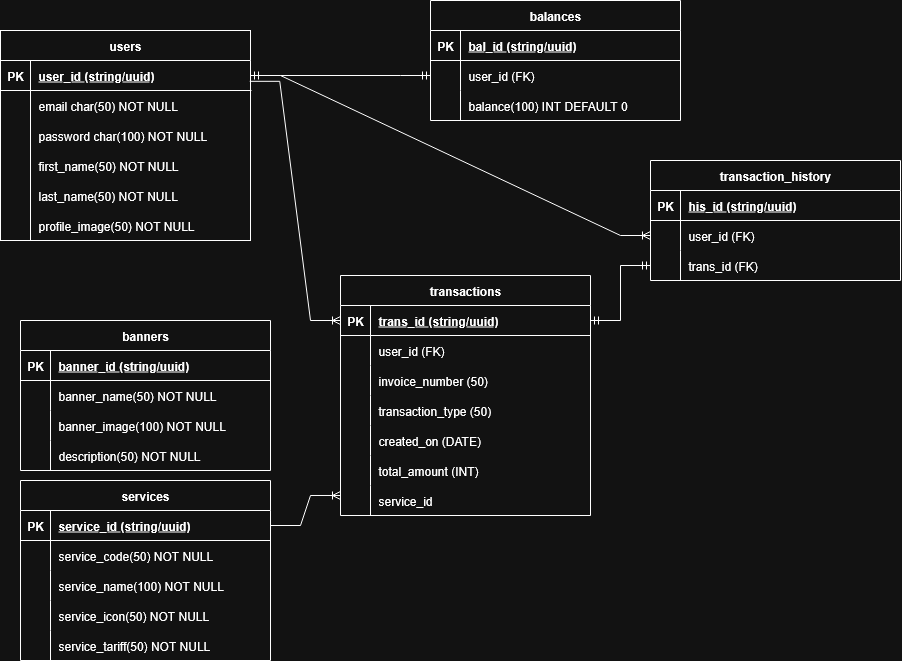
Before: database/ERD.png, a diagram exported from draw.io (zakyabdurrahman/nutech-test). Source tidied: cells renumbered, new cells last; positions are measured from the earlier drawing's top-left corner, leaving out a move shared by most shapes.
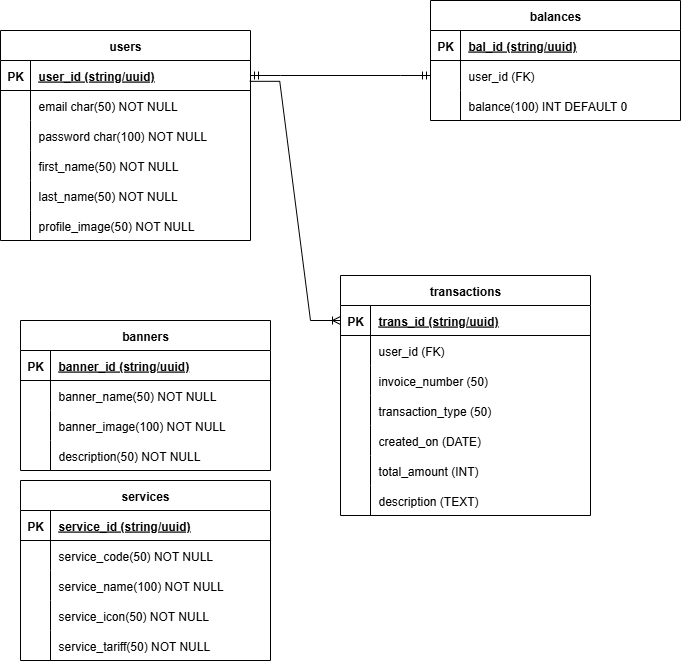
Above is the later version.

Commit message:
finished transaction endpoint

Change to the diagram source:
```diff
@@ -242,50 +242,11 @@
     <mxCell id="81" style="shape=partialRectangle;overflow=hidden;fillColor=none;top=0;left=0;bottom=0;right=0;" parent="80" vertex="1">
       <mxGeometry width="30" height="30" as="geometry" />
     </mxCell>
-    <mxCell id="82" value="service_id" style="shape=partialRectangle;overflow=hidden;fillColor=none;top=0;left=0;bottom=0;right=0;align=left;spacingLeft=6;" parent="80" vertex="1">
+    <mxCell id="82" value="description (TEXT)" style="shape=partialRectangle;overflow=hidden;fillColor=none;top=0;left=0;bottom=0;right=0;align=left;spacingLeft=6;" parent="80" vertex="1">
       <mxGeometry x="30" width="220" height="30" as="geometry" />
     </mxCell>
     <mxCell id="83" style="edgeStyle=entityRelationEdgeStyle;fontSize=12;html=1;endArrow=ERoneToMany;rounded=0;exitX=0.997;exitY=0.694;exitDx=0;exitDy=0;exitPerimeter=0;" parent="1" edge="1" source="3" target="62">
       <mxGeometry relative="1" as="geometry" />
     </mxCell>
-    <mxCell id="84" style="edgeStyle=entityRelationEdgeStyle;fontSize=12;html=1;endArrow=ERoneToMany;rounded=0;entryX=0;entryY=0.333;entryDx=0;entryDy=0;entryPerimeter=0;" parent="1" edge="1" source="35" target="80">
-      <mxGeometry relative="1" as="geometry" />
-    </mxCell>
-    <mxCell id="85" value="transaction_history" style="shape=table;startSize=30;rowLines=0;fontStyle=1;align=center;" parent="1" vertex="1">
-      <mxGeometry x="650" y="160" width="250" height="120" as="geometry" />
-    </mxCell>
-    <mxCell id="86" style="shape=partialRectangle;fillColor=none;top=0;left=0;right=0;bottom=1;" parent="85" vertex="1">
-      <mxGeometry y="30" width="250" height="30" as="geometry" />
-    </mxCell>
-    <mxCell id="87" value="PK" style="shape=partialRectangle;overflow=hidden;fillColor=none;top=0;left=0;bottom=0;right=0;fontStyle=1;" parent="86" vertex="1">
-      <mxGeometry width="30" height="30" as="geometry" />
-    </mxCell>
-    <mxCell id="88" value="his_id (string/uuid)" style="shape=partialRectangle;overflow=hidden;fillColor=none;top=0;left=0;bottom=0;right=0;align=left;spacingLeft=6;fontStyle=5;" parent="86" vertex="1">
-      <mxGeometry x="30" width="220" height="30" as="geometry" />
-    </mxCell>
-    <mxCell id="89" style="shape=partialRectangle;fillColor=none;points=[[0,0.5],[1,0.5]];portConstraint=eastwest;top=0;left=0;right=0;bottom=0;" parent="85" vertex="1">
-      <mxGeometry y="60" width="250" height="30" as="geometry" />
-    </mxCell>
-    <mxCell id="90" style="shape=partialRectangle;overflow=hidden;fillColor=none;top=0;left=0;bottom=0;right=0;" parent="89" vertex="1">
-      <mxGeometry width="30" height="30" as="geometry" />
-    </mxCell>
-    <mxCell id="91" value="user_id (FK)" style="shape=partialRectangle;overflow=hidden;fillColor=none;top=0;left=0;bottom=0;right=0;align=left;spacingLeft=6;" parent="89" vertex="1">
-      <mxGeometry x="30" width="220" height="30" as="geometry" />
-    </mxCell>
-    <mxCell id="92" style="shape=partialRectangle;fillColor=none;points=[[0,0.5],[1,0.5]];portConstraint=eastwest;top=0;left=0;right=0;bottom=0;" parent="85" vertex="1">
-      <mxGeometry y="90" width="250" height="30" as="geometry" />
-    </mxCell>
-    <mxCell id="93" style="shape=partialRectangle;overflow=hidden;fillColor=none;top=0;left=0;bottom=0;right=0;" parent="92" vertex="1">
-      <mxGeometry width="30" height="30" as="geometry" />
-    </mxCell>
-    <mxCell id="94" value="trans_id (FK)" style="shape=partialRectangle;overflow=hidden;fillColor=none;top=0;left=0;bottom=0;right=0;align=left;spacingLeft=6;" parent="92" vertex="1">
-      <mxGeometry x="30" width="220" height="30" as="geometry" />
-    </mxCell>
-    <mxCell id="95" style="edgeStyle=entityRelationEdgeStyle;fontSize=12;html=1;endArrow=ERoneToMany;rounded=0;" parent="1" edge="1" source="3" target="89">
-      <mxGeometry relative="1" as="geometry" />
-    </mxCell>
-    <mxCell id="96" style="edgeStyle=entityRelationEdgeStyle;fontSize=12;html=1;endArrow=ERmandOne;startArrow=ERmandOne;rounded=0;" parent="1" edge="1" source="62" target="92">
-      <mxGeometry relative="1" as="geometry" />
-    </mxCell>
   </root>
 </mxGraphModel>
```
